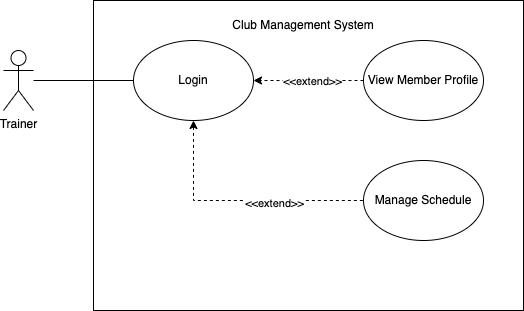
This is diagrams/trainer-use-cases.png from ArthurAtangana/club-management-system, a draw.io export, as it was before one commit. Source tidied: cells renumbered, new cells last; positions are measured from the earlier drawing's top-left corner, leaving out a move shared by most shapes.
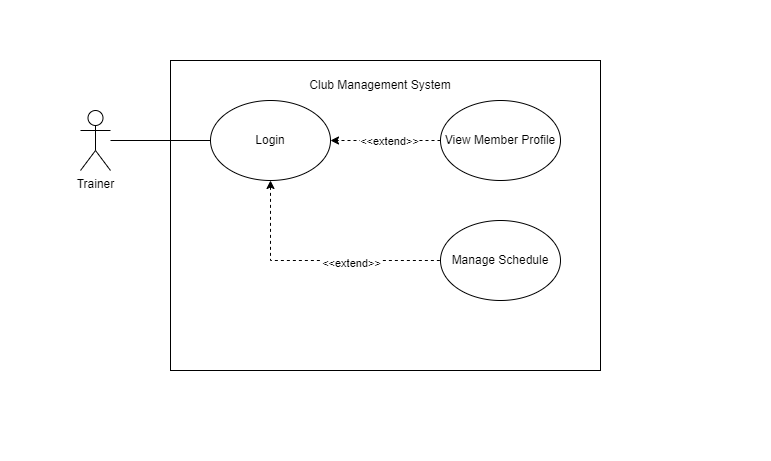
The same file after the commit.

Diff of the diagram source:
```diff
@@ -2,6 +2,9 @@
   <root>
     <mxCell id="0" />
     <mxCell id="1" parent="0" />
+    <mxCell id="13" style="rounded=0;whiteSpace=wrap;html=1;strokeColor=none;" parent="1" vertex="1">
+      <mxGeometry x="-80" y="-60" width="770" height="460" as="geometry" />
+    </mxCell>
     <mxCell id="2" style="rounded=0;whiteSpace=wrap;html=1;" parent="1" vertex="1">
       <mxGeometry x="90" width="430" height="310" as="geometry" />
     </mxCell>
```
